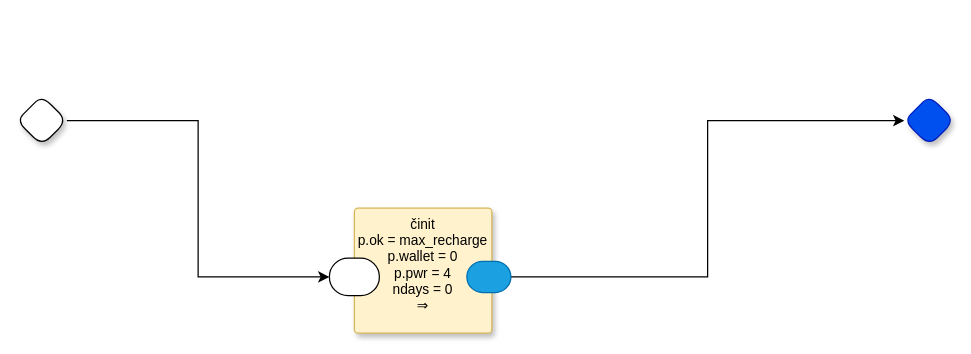
Before: small-test.drawio in guitarvydas/gen0d, a draw.io diagram. Source tidied: cells renumbered, new cells numbered last; positions are measured from the earlier drawing's top-left corner, leaving out a move shared by most shapes. Both pictures are drawn from the tidied source at 125%, with x=0, y=0 at pixel (16, 95).
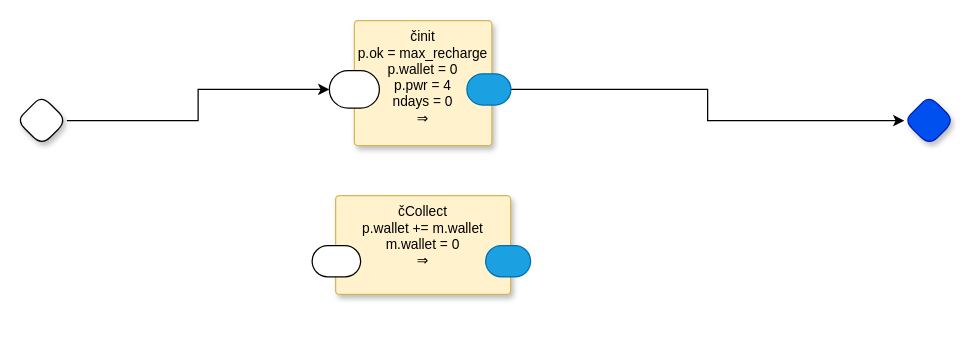
After the change.

Change to the diagram source:
```diff
@@
 <mxGraphModel>
   <root>
     <mxCell id="0" />
     <mxCell id="1" parent="0" />
     <mxCell id="2" style="rhombus;whiteSpace=wrap;html=1;rounded=1;fontStyle=1;glass=0;sketch=0;fontSize=12;points=[[0,0.5,0,0,0],[0.5,0,0,0,0],[0.5,1,0,0,0],[1,0.5,0,0,0]];shadow=1;fontFamily=Helvetica;fontColor=default;" parent="1" vertex="1">
       <mxGeometry width="40" height="40" as="geometry" />
     </mxCell>
     <mxCell id="3" style="edgeStyle=orthogonalEdgeStyle;rounded=0;jettySize=auto;html=1;entryX=0;entryY=0.5;entryDx=0;entryDy=0;entryPerimeter=0;" parent="1" edge="1" source="2" target="7">
       <mxGeometry relative="1" as="geometry" />
     </mxCell>
     <mxCell id="4" style="rhombus;whiteSpace=wrap;html=1;rounded=1;fontStyle=1;glass=0;sketch=0;fontSize=12;points=[[0,0.5,0,0,0],[0.5,0,0,0,0],[0.5,1,0,0,0],[1,0.5,0,0,0]];shadow=1;fillColor=#0050ef;fontColor=#ffffff;strokeColor=#001DBC;fontFamily=Helvetica;" parent="1" vertex="1">
       <mxGeometry x="710" width="40" height="40" as="geometry" />
     </mxCell>
     <mxCell id="5" style="edgeStyle=orthogonalEdgeStyle;rounded=0;jettySize=auto;html=1;entryX=0;entryY=0.5;entryDx=0;entryDy=0;entryPerimeter=0;exitX=1;exitY=0.5;exitDx=0;exitDy=0;exitPerimeter=0;" parent="1" edge="1" source="8" target="4">
       <mxGeometry relative="1" as="geometry" />
     </mxCell>
     <mxCell id="6" value="činit&#10;p.ok = max_recharge&#10;p.wallet = 0&#10;p.pwr = 4&#10;ndays = 0&#10;⇒" style="rounded=1;sketch=0;verticalAlign=top;arcSize=6;fontStyle=0;absoluteArcSize=1;shadow=1;strokeColor=#d6b656;fillColor=#fff2cc;fontFamily=Helvetica;fontSize=11;" parent="1" vertex="1">
-      <mxGeometry x="270" y="90" width="110" height="100" as="geometry" />
+      <mxGeometry x="270" y="-60" width="110" height="100" as="geometry" />
     </mxCell>
     <mxCell id="7" style="rounded=1;whiteSpace=wrap;html=1;sketch=0;points=[[0,0.5,0,0,0],[1,0.5,0,0,0]];arcSize=50;fontFamily=Helvetica;fontSize=11;fontColor=default;" parent="6" vertex="1">
       <mxGeometry x="-20" y="40" width="40" height="30" as="geometry" />
     </mxCell>
     <mxCell id="8" style="rounded=1;whiteSpace=wrap;html=1;sketch=0;points=[[0,0.5,0,0,0],[1,0.5,0,0,0]];fillColor=#1ba1e2;fontColor=#ffffff;strokeColor=#006EAF;arcSize=50;fontFamily=Helvetica;fontSize=11;" parent="6" vertex="1">
       <mxGeometry x="90" y="42.5" width="35.2" height="25" as="geometry" />
     </mxCell>
+    <mxCell id="9" value="čCollect&#10;p.wallet += m.wallet&#10;m.wallet = 0&#10;⇒" style="rounded=1;sketch=0;verticalAlign=top;arcSize=6;fontStyle=0;absoluteArcSize=1;shadow=1;strokeColor=#d6b656;fillColor=#fff2cc;fontFamily=Helvetica;fontSize=11;" parent="1" vertex="1">
+      <mxGeometry x="255" y="80" width="140" height="79" as="geometry" />
+    </mxCell>
+    <mxCell id="10" style="rounded=1;whiteSpace=wrap;html=1;sketch=0;arcSize=50;fontFamily=Helvetica;fontSize=11;fontColor=default;" parent="9" vertex="1">
+      <mxGeometry x="-18.8" y="40" width="38.8" height="25" as="geometry" />
+    </mxCell>
+    <mxCell id="11" style="rounded=1;whiteSpace=wrap;html=1;sketch=0;fillColor=#1ba1e2;fontColor=#ffffff;strokeColor=#006EAF;arcSize=50;fontFamily=Helvetica;fontSize=11;" parent="9" vertex="1">
+      <mxGeometry x="120" y="40" width="36" height="25" as="geometry" />
+    </mxCell>
   </root>
 </mxGraphModel>
```
